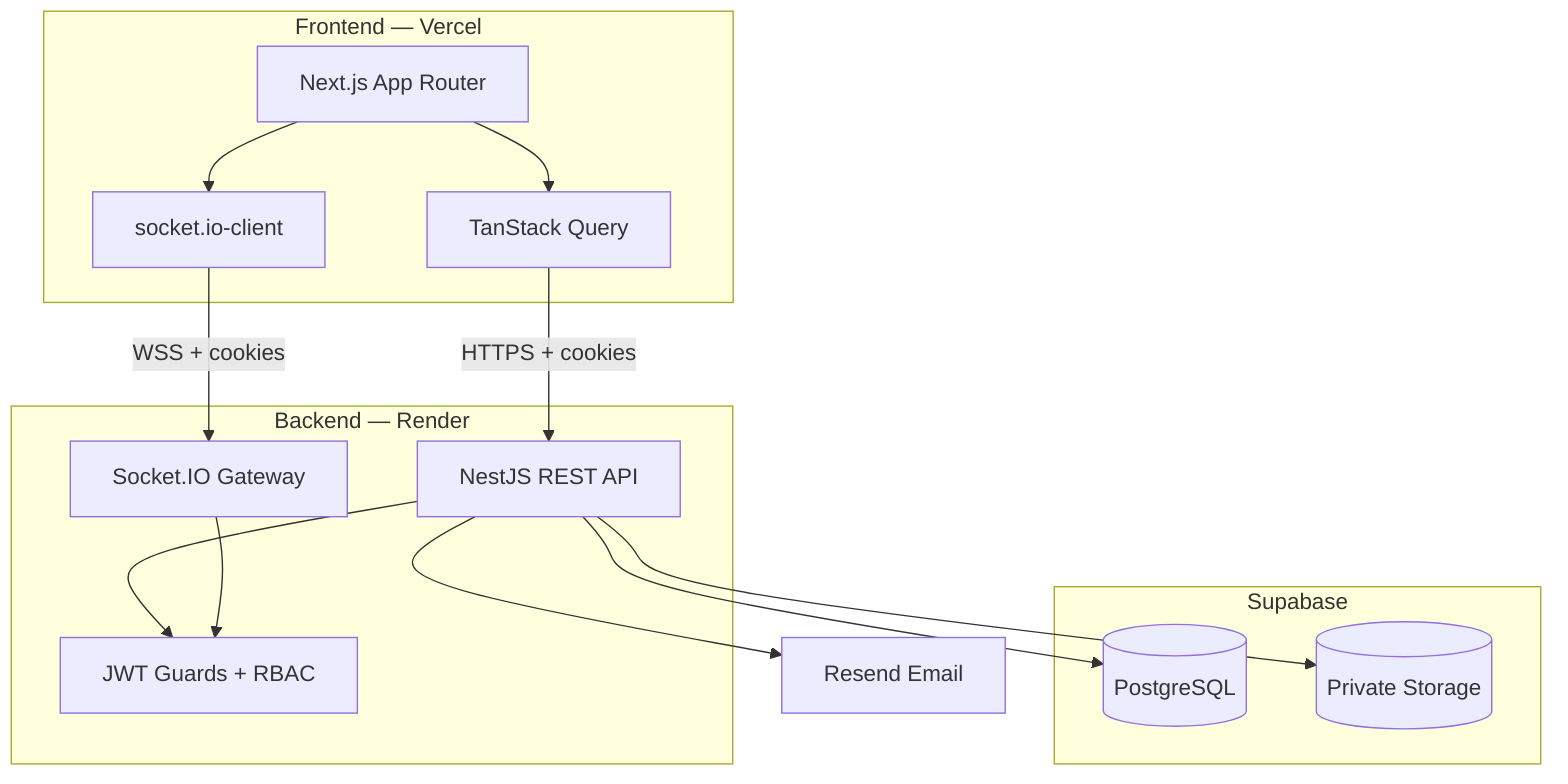
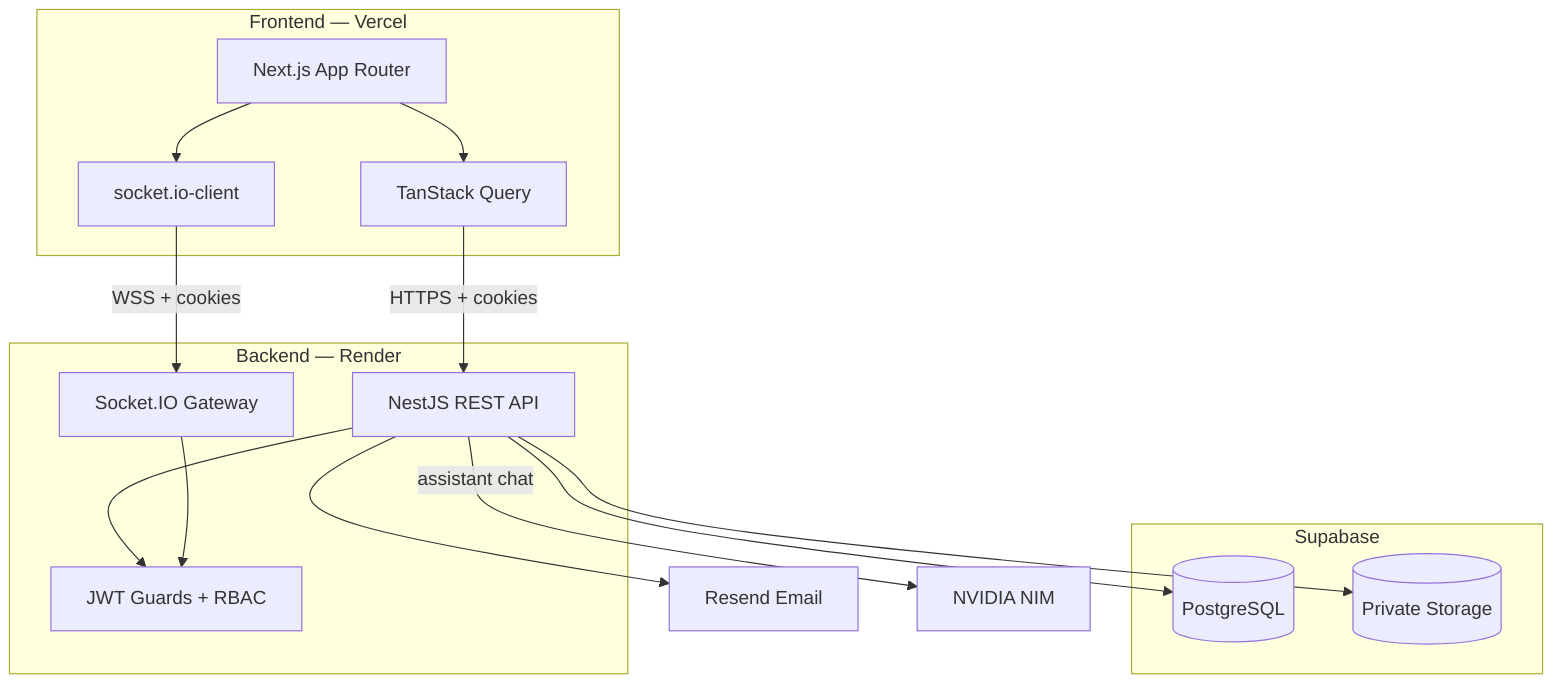
flowchart TB
  subgraph client [Frontend — Vercel]
    Next[Next.js App Router]
    RQ[TanStack Query]
    WSClient[socket.io-client]
    Next --> RQ
    Next --> WSClient
  end

  subgraph api [Backend — Render]
    Nest[NestJS REST API]
    GW[Socket.IO Gateway]
    Auth[JWT Guards + RBAC]
    Nest --> Auth
    GW --> Auth
  end

  subgraph data [Supabase]
    PG[(PostgreSQL)]
    Storage[(Private Storage)]
  end

  Resend[Resend Email]
+   NIM[NVIDIA NIM]

  RQ -->|HTTPS + cookies| Nest
  WSClient -->|WSS + cookies| GW
  Nest --> PG
  Nest --> Storage
  Nest --> Resend
+   Nest -->|assistant chat| NIM
